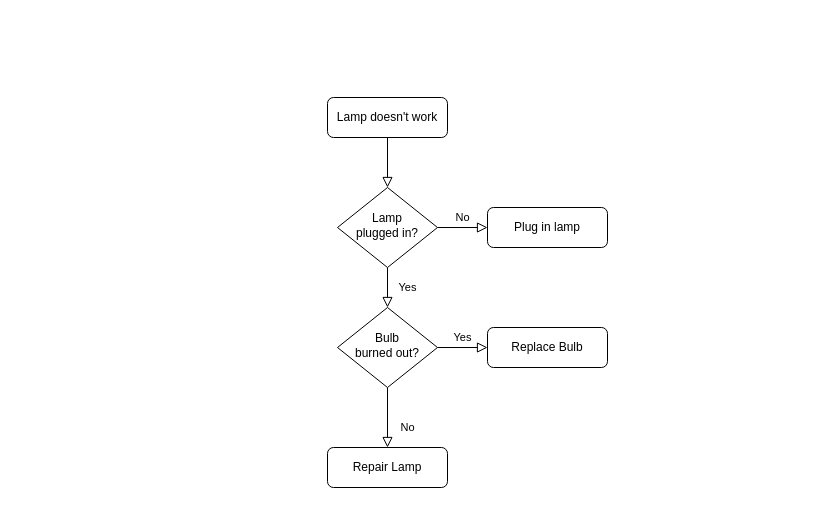
Before: 제목 없는 다이어그램.drawio in SJKIM7/AI, a draw.io diagram. Source tidied: cells renumbered, new cells numbered last; positions are measured from the earlier drawing's top-left corner, leaving out a move shared by most shapes. Both pictures are drawn from the tidied source at 100%, with x=0, y=0 at pixel (327, 97).
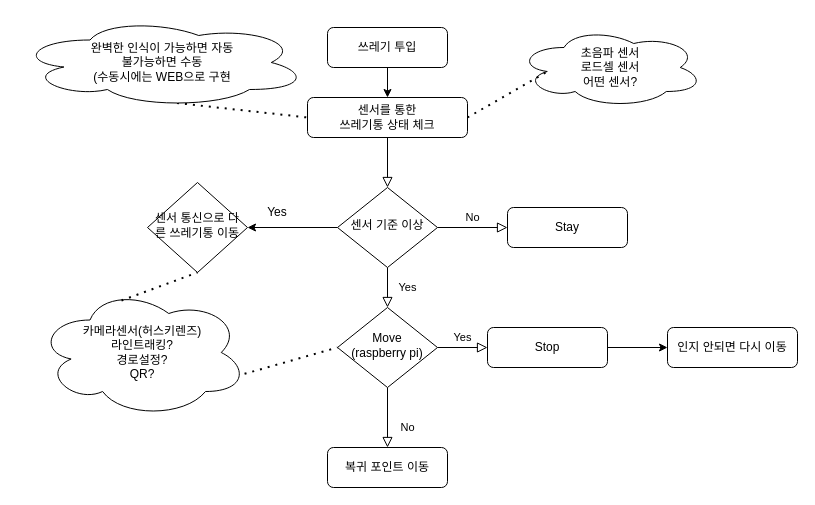
The same page after the edit.

Commit message:
제목 없는 다이어그램.drawio 업데이트

Diff of the diagram source:
```diff
@@
-    <mxCell id="3" value="Lamp doesn't work" style="rounded=1;whiteSpace=wrap;html=1;fontSize=12;glass=0;strokeWidth=1;shadow=0;" parent="1" vertex="1">
-      <mxGeometry width="120" height="40" as="geometry" />
+    <mxCell id="3" value="센서를 통한&lt;br&gt;쓰레기통 상태 체크" style="rounded=1;whiteSpace=wrap;html=1;fontSize=12;glass=0;strokeWidth=1;shadow=0;" parent="1" vertex="1">
+      <mxGeometry x="-20" width="160" height="40" as="geometry" />
     </mxCell>
@@
+    <mxCell id="13" style="edgeStyle=orthogonalEdgeStyle;rounded=0;jettySize=auto;html=1;" parent="1" edge="1" source="6" target="22">
+      <mxGeometry relative="1" as="geometry" />
+    </mxCell>
-    <mxCell id="6" value="Lamp&lt;br&gt;plugged in?" style="rhombus;whiteSpace=wrap;html=1;shadow=0;fontFamily=Helvetica;fontSize=12;align=center;strokeWidth=1;spacing=6;spacingTop=-4;" parent="1" vertex="1">
+    <mxCell id="6" value="센서 기준 이상" style="rhombus;whiteSpace=wrap;html=1;shadow=0;fontFamily=Helvetica;fontSize=12;align=center;strokeWidth=1;spacing=6;spacingTop=-4;" parent="1" vertex="1">
       <mxGeometry x="10" y="90" width="100" height="80" as="geometry" />
     </mxCell>
-    <mxCell id="7" value="Plug in lamp" style="rounded=1;whiteSpace=wrap;html=1;fontSize=12;glass=0;strokeWidth=1;shadow=0;" parent="1" vertex="1">
-      <mxGeometry x="160" y="110" width="120" height="40" as="geometry" />
+    <mxCell id="7" value="Stay" style="rounded=1;whiteSpace=wrap;html=1;fontSize=12;glass=0;strokeWidth=1;shadow=0;" parent="1" vertex="1">
+      <mxGeometry x="180" y="110" width="120" height="40" as="geometry" />
     </mxCell>
@@
-    <mxCell id="10" value="Bulb&lt;br&gt;burned out?" style="rhombus;whiteSpace=wrap;html=1;shadow=0;fontFamily=Helvetica;fontSize=12;align=center;strokeWidth=1;spacing=6;spacingTop=-4;" parent="1" vertex="1">
+    <mxCell id="10" value="Move&lt;br&gt;(raspberry pi)" style="rhombus;whiteSpace=wrap;html=1;shadow=0;fontFamily=Helvetica;fontSize=12;align=center;strokeWidth=1;spacing=6;spacingTop=-4;" parent="1" vertex="1">
       <mxGeometry x="10" y="210" width="100" height="80" as="geometry" />
     </mxCell>
-    <mxCell id="11" value="Repair Lamp" style="rounded=1;whiteSpace=wrap;html=1;fontSize=12;glass=0;strokeWidth=1;shadow=0;" parent="1" vertex="1">
+    <mxCell id="11" value="복귀 포인트 이동" style="rounded=1;whiteSpace=wrap;html=1;fontSize=12;glass=0;strokeWidth=1;shadow=0;" parent="1" vertex="1">
       <mxGeometry y="350" width="120" height="40" as="geometry" />
     </mxCell>
+    <mxCell id="14" style="edgeStyle=orthogonalEdgeStyle;rounded=0;jettySize=auto;html=1;" parent="1" edge="1" source="12" target="21">
+      <mxGeometry relative="1" as="geometry" />
+    </mxCell>
-    <mxCell id="12" value="Replace Bulb" style="rounded=1;whiteSpace=wrap;html=1;fontSize=12;glass=0;strokeWidth=1;shadow=0;" parent="1" vertex="1">
+    <mxCell id="12" value="Stop" style="rounded=1;whiteSpace=wrap;html=1;fontSize=12;glass=0;strokeWidth=1;shadow=0;" parent="1" vertex="1">
       <mxGeometry x="160" y="230" width="120" height="40" as="geometry" />
     </mxCell>
+    <mxCell id="15" value="초음파 센서&lt;br&gt;로드셀 센서&lt;br&gt;어떤 센서?" style="ellipse;shape=cloud;whiteSpace=wrap;html=1;" parent="1" vertex="1">
+      <mxGeometry x="190" y="-70" width="186" height="80" as="geometry" />
+    </mxCell>
+    <mxCell id="16" style="endArrow=none;dashed=1;html=1;dashPattern=1 3;strokeWidth=2;rounded=0;entryX=0.16;entryY=0.55;entryDx=0;entryDy=0;entryPerimeter=0;exitX=1;exitY=0.5;exitDx=0;exitDy=0;" parent="1" edge="1" source="3" target="15">
+      <mxGeometry relative="1" as="geometry" />
+    </mxCell>
+    <mxCell id="17" style="endArrow=none;dashed=1;html=1;dashPattern=1 3;strokeWidth=2;rounded=0;entryX=0;entryY=0.5;entryDx=0;entryDy=0;exitX=0.55;exitY=0.95;exitDx=0;exitDy=0;exitPerimeter=0;" parent="1" edge="1" source="18" target="3">
+      <mxGeometry relative="1" as="geometry" />
+    </mxCell>
+    <mxCell id="18" value="완벽한 인식이 가능하면 자동&lt;br&gt;불가능하면 수동&lt;br&gt;(수동시에는 WEB으로 구현" style="ellipse;shape=cloud;whiteSpace=wrap;html=1;" parent="1" vertex="1">
+      <mxGeometry x="-310" y="-80" width="290" height="90" as="geometry" />
+    </mxCell>
+    <mxCell id="19" value="카메라센서(허스키렌즈)&lt;br&gt;라인트래킹?&lt;br&gt;경로설정?&lt;br&gt;QR?" style="ellipse;shape=cloud;whiteSpace=wrap;html=1;" parent="1" vertex="1">
+      <mxGeometry x="-290" y="190" width="210" height="130" as="geometry" />
+    </mxCell>
+    <mxCell id="20" style="endArrow=none;dashed=1;html=1;dashPattern=1 3;strokeWidth=2;rounded=0;exitX=0.986;exitY=0.664;exitDx=0;exitDy=0;exitPerimeter=0;entryX=0;entryY=0.5;entryDx=0;entryDy=0;" parent="1" edge="1" source="19" target="10">
+      <mxGeometry relative="1" as="geometry" />
+    </mxCell>
+    <mxCell id="21" value="인지 안되면 다시 이동" style="rounded=1;whiteSpace=wrap;html=1;" parent="1" vertex="1">
+      <mxGeometry x="340" y="230" width="130" height="40" as="geometry" />
+    </mxCell>
+    <mxCell id="22" value="센서 통신으로 다른 쓰레기통 이동" style="rhombus;whiteSpace=wrap;html=1;shadow=0;strokeWidth=1;spacing=6;spacingTop=-4;" parent="1" vertex="1">
+      <mxGeometry x="-180" y="85" width="100" height="90" as="geometry" />
+    </mxCell>
+    <mxCell id="23" value="Yes" style="text;html=1;strokeColor=none;fillColor=none;align=center;verticalAlign=middle;whiteSpace=wrap;rounded=0;" parent="1" vertex="1">
+      <mxGeometry x="-80" y="100" width="60" height="30" as="geometry" />
+    </mxCell>
+    <mxCell id="24" style="endArrow=none;dashed=1;html=1;dashPattern=1 3;strokeWidth=2;rounded=0;exitX=0.4;exitY=0.1;exitDx=0;exitDy=0;exitPerimeter=0;entryX=0.5;entryY=1;entryDx=0;entryDy=0;" parent="1" edge="1" source="19" target="22">
+      <mxGeometry relative="1" as="geometry" />
+    </mxCell>
+    <mxCell id="25" style="edgeStyle=orthogonalEdgeStyle;rounded=0;jettySize=auto;html=1;" parent="1" edge="1" source="26" target="3">
+      <mxGeometry relative="1" as="geometry" />
+    </mxCell>
+    <mxCell id="26" value="쓰레기 투입" style="rounded=1;whiteSpace=wrap;html=1;" parent="1" vertex="1">
+      <mxGeometry y="-70" width="120" height="40" as="geometry" />
+    </mxCell>
```
